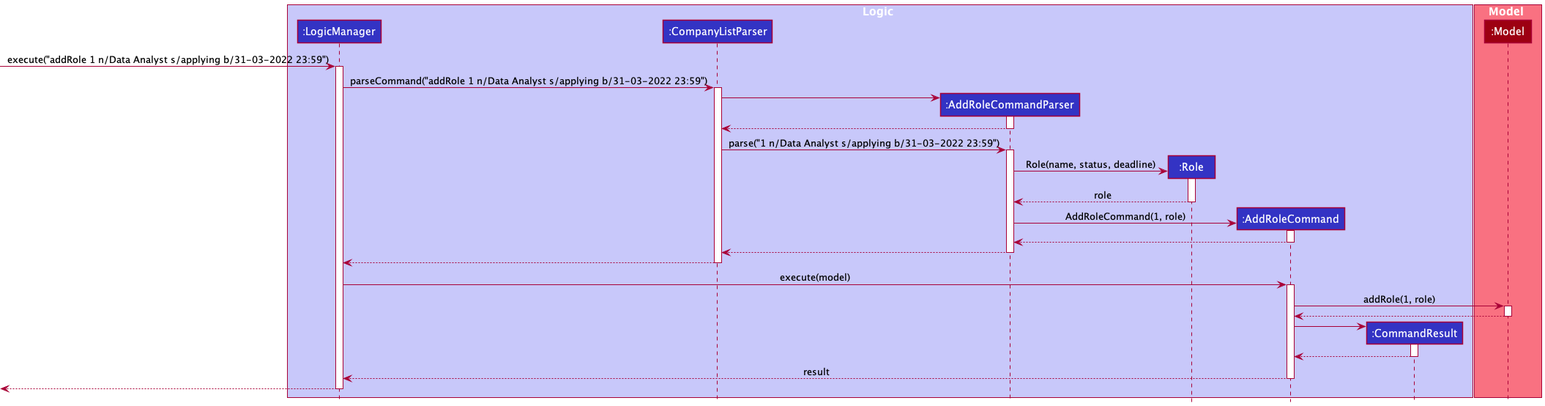
nus-cs2103-AY2122S2/tp keeps this PlantUML diagram as docs/images/AddRoleSequenceDiagram.png. Above is the earlier version.
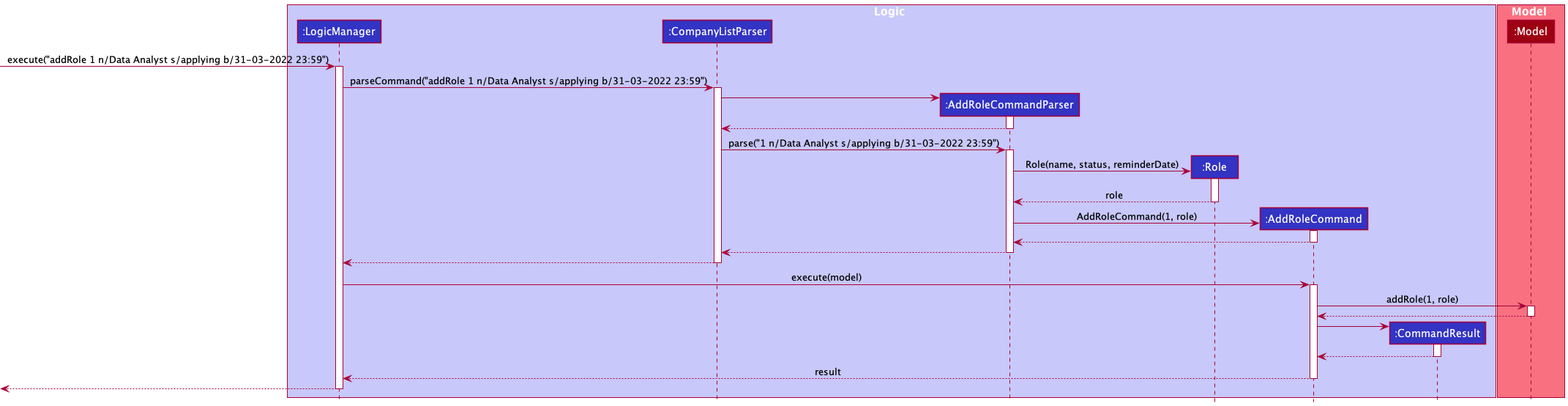
Later version of the same file.

Change to the diagram source:
```diff
@@ -31,7 +31,7 @@
 activate AddRoleCommandParser
 
 create Role
-AddRoleCommandParser -> Role : Role(name, status, deadline)
+AddRoleCommandParser -> Role : Role(name, status, reminderDate)
 activate Role
 
 Role --> AddRoleCommandParser : role
```
